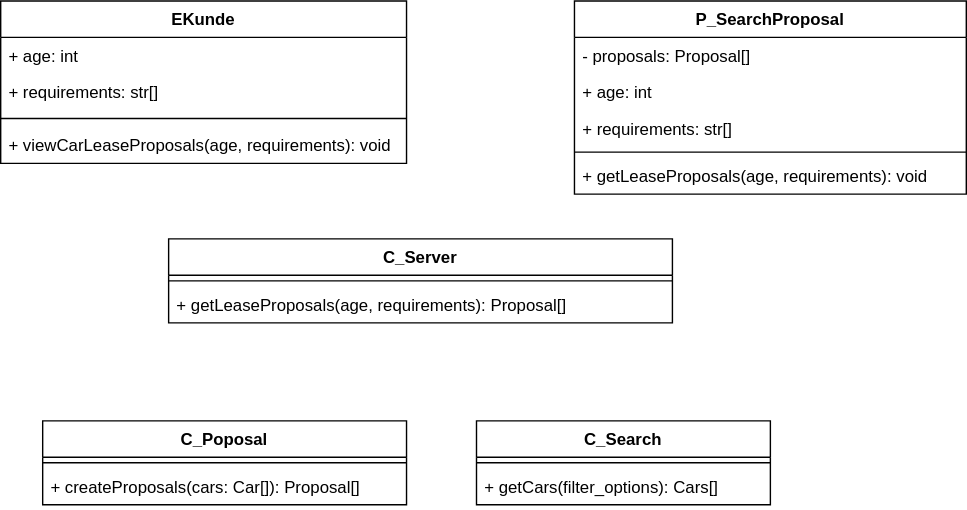
Before: sw-eng-06.drawio.svg, a diagram exported from draw.io (MassimiIiano/software-eng-projects-uni). Source tidied: cells renumbered, new cells last; positions are measured from the earlier drawing's top-left corner, leaving out a move shared by most shapes.
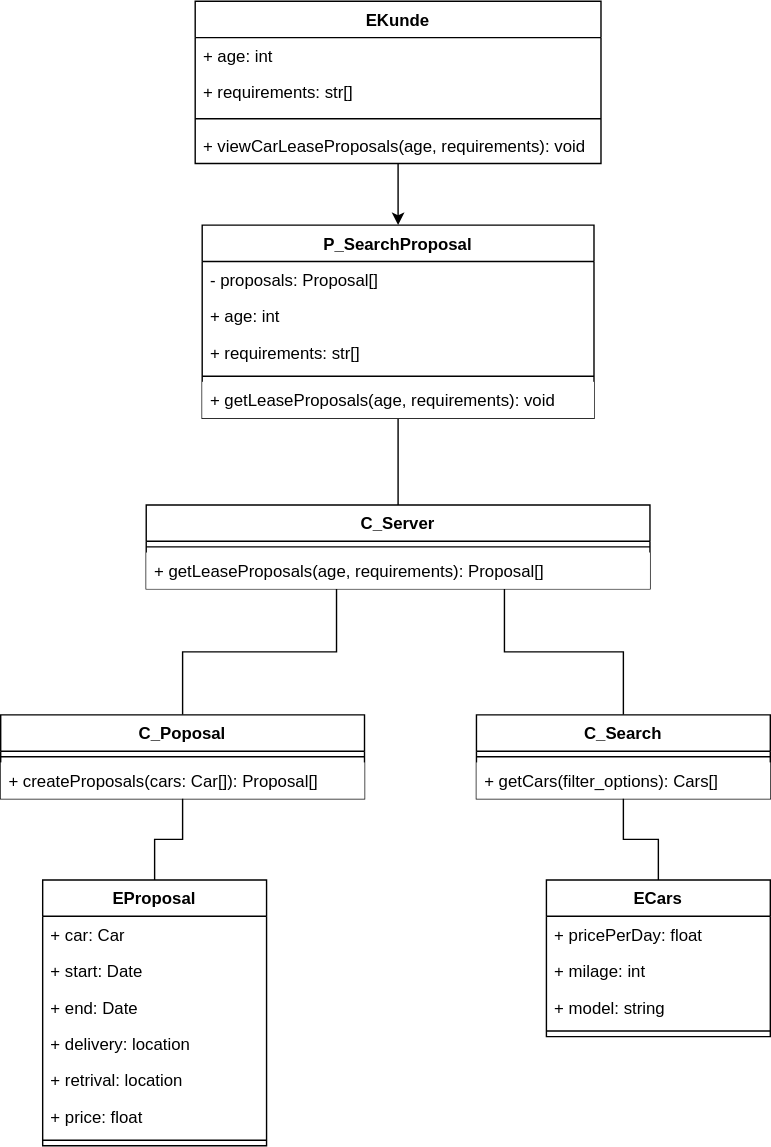
The same file after the commit.

The edit, as a diff of the source:
```diff
@@ -2,8 +2,11 @@
   <root>
     <mxCell id="0" />
     <mxCell id="1" parent="0" />
+    <mxCell id="22" style="edgeStyle=orthogonalEdgeStyle;rounded=0;jettySize=auto;html=1;" parent="1" edge="1" source="2" target="7">
+      <mxGeometry relative="1" as="geometry" />
+    </mxCell>
     <mxCell id="2" value="EKunde" style="swimlane;fontStyle=1;align=center;verticalAlign=top;horizontal=1;startSize=26;whiteSpace=wrap;html=1;" parent="1" vertex="1">
-      <mxGeometry width="290" height="116" as="geometry" />
+      <mxGeometry x="179" y="-100" width="290" height="116" as="geometry" />
     </mxCell>
     <mxCell id="3" value="&lt;div&gt;+ age: int&lt;/div&gt;" style="text;strokeColor=none;fillColor=none;align=left;verticalAlign=top;spacingLeft=4;spacingRight=4;overflow=hidden;whiteSpace=wrap;html=1;" parent="2" vertex="1">
       <mxGeometry y="26" width="290" height="26" as="geometry" />
@@ -17,8 +20,11 @@
     <mxCell id="6" value="+ viewCarLeaseProposals(age, requirements): void" style="text;strokeColor=none;fillColor=none;align=left;verticalAlign=top;spacingLeft=4;spacingRight=4;overflow=hidden;whiteSpace=wrap;html=1;" parent="2" vertex="1">
       <mxGeometry y="90" width="290" height="26" as="geometry" />
     </mxCell>
+    <mxCell id="23" style="edgeStyle=orthogonalEdgeStyle;rounded=0;jettySize=auto;html=1;endArrow=none;endFill=0;" parent="1" edge="1" source="7" target="13">
+      <mxGeometry relative="1" as="geometry" />
+    </mxCell>
     <mxCell id="7" value="P_SearchProposal" style="swimlane;fontStyle=1;align=center;verticalAlign=top;horizontal=1;startSize=26;whiteSpace=wrap;html=1;" parent="1" vertex="1">
-      <mxGeometry x="410" width="280" height="138" as="geometry" />
+      <mxGeometry x="184" y="60" width="280" height="138" as="geometry" />
     </mxCell>
     <mxCell id="8" value="- proposals: Proposal[]" style="text;strokeColor=none;fillColor=none;align=left;verticalAlign=top;spacingLeft=4;spacingRight=4;overflow=hidden;whiteSpace=wrap;html=1;" parent="7" vertex="1">
       <mxGeometry y="26" width="280" height="26" as="geometry" />
@@ -32,35 +38,96 @@
     <mxCell id="11" style="line;strokeWidth=1;fillColor=none;align=left;verticalAlign=middle;spacingTop=-1;spacingLeft=3;spacingRight=3;labelPosition=right;strokeColor=inherit;" parent="7" vertex="1">
       <mxGeometry y="104" width="280" height="8" as="geometry" />
     </mxCell>
-    <mxCell id="12" value="+ getLeaseProposals(age, requirements): void" style="text;strokeColor=none;fillColor=none;align=left;verticalAlign=top;spacingLeft=4;spacingRight=4;overflow=hidden;whiteSpace=wrap;html=1;" parent="7" vertex="1">
+    <mxCell id="12" value="+ getLeaseProposals(age, requirements): void" style="text;strokeColor=none;fillColor=default;align=left;verticalAlign=top;spacingLeft=4;spacingRight=4;overflow=hidden;whiteSpace=wrap;html=1;" parent="7" vertex="1">
       <mxGeometry y="112" width="280" height="26" as="geometry" />
     </mxCell>
+    <mxCell id="24" style="edgeStyle=orthogonalEdgeStyle;rounded=0;jettySize=auto;html=1;endArrow=none;endFill=0;" parent="1" edge="1" source="13" target="19">
+      <mxGeometry relative="1" as="geometry">
+        <Array as="points">
+          <mxPoint x="400" y="365" />
+          <mxPoint x="485" y="365" />
+        </Array>
+      </mxGeometry>
+    </mxCell>
+    <mxCell id="25" style="edgeStyle=orthogonalEdgeStyle;rounded=0;jettySize=auto;html=1;entryX=0.5;entryY=0;entryDx=0;entryDy=0;endArrow=none;endFill=0;" parent="1" edge="1" source="13" target="16">
+      <mxGeometry relative="1" as="geometry">
+        <Array as="points">
+          <mxPoint x="280" y="365" />
+          <mxPoint x="170" y="365" />
+        </Array>
+      </mxGeometry>
+    </mxCell>
-    <mxCell id="13" value="C_Server" style="swimlane;fontStyle=1;align=center;verticalAlign=top;horizontal=1;startSize=26;whiteSpace=wrap;html=1;" parent="1" vertex="1">
-      <mxGeometry x="120" y="170" width="360" height="60" as="geometry" />
+    <mxCell id="13" value="C_Server" style="swimlane;fontStyle=1;align=center;verticalAlign=top;horizontal=1;startSize=26;whiteSpace=wrap;html=1;fillColor=default;" parent="1" vertex="1">
+      <mxGeometry x="144" y="260" width="360" height="60" as="geometry" />
     </mxCell>
-    <mxCell id="14" style="line;strokeWidth=1;fillColor=none;align=left;verticalAlign=middle;spacingTop=-1;spacingLeft=3;spacingRight=3;labelPosition=right;strokeColor=inherit;" parent="13" vertex="1">
+    <mxCell id="14" style="line;strokeWidth=1;fillColor=default;align=left;verticalAlign=middle;spacingTop=-1;spacingLeft=3;spacingRight=3;labelPosition=right;strokeColor=inherit;" parent="13" vertex="1">
       <mxGeometry y="26" width="360" height="8" as="geometry" />
     </mxCell>
-    <mxCell id="15" value="+ getLeaseProposals(age, requirements): Proposal[]" style="text;strokeColor=none;fillColor=none;align=left;verticalAlign=top;spacingLeft=4;spacingRight=4;overflow=hidden;whiteSpace=wrap;html=1;" parent="13" vertex="1">
+    <mxCell id="15" value="+ getLeaseProposals(age, requirements): Proposal[]" style="text;strokeColor=none;fillColor=default;align=left;verticalAlign=top;spacingLeft=4;spacingRight=4;overflow=hidden;whiteSpace=wrap;html=1;" parent="13" vertex="1">
       <mxGeometry y="34" width="360" height="26" as="geometry" />
     </mxCell>
-    <mxCell id="16" value="C_Poposal" style="swimlane;fontStyle=1;align=center;verticalAlign=top;horizontal=1;startSize=26;whiteSpace=wrap;html=1;" parent="1" vertex="1">
-      <mxGeometry x="30" y="300" width="260" height="60" as="geometry" />
+    <mxCell id="16" value="C_Poposal" style="swimlane;fontStyle=1;align=center;verticalAlign=top;horizontal=1;startSize=26;whiteSpace=wrap;html=1;fillColor=default;" parent="1" vertex="1">
+      <mxGeometry x="40" y="410" width="260" height="60" as="geometry" />
     </mxCell>
-    <mxCell id="17" style="line;strokeWidth=1;fillColor=none;align=left;verticalAlign=middle;spacingTop=-1;spacingLeft=3;spacingRight=3;labelPosition=right;strokeColor=inherit;" parent="16" vertex="1">
+    <mxCell id="17" style="line;strokeWidth=1;fillColor=default;align=left;verticalAlign=middle;spacingTop=-1;spacingLeft=3;spacingRight=3;labelPosition=right;strokeColor=inherit;" parent="16" vertex="1">
       <mxGeometry y="26" width="260" height="8" as="geometry" />
     </mxCell>
-    <mxCell id="18" value="+ createProposals(cars: Car[]): Proposal[]" style="text;strokeColor=none;fillColor=none;align=left;verticalAlign=top;spacingLeft=4;spacingRight=4;overflow=hidden;whiteSpace=wrap;html=1;" parent="16" vertex="1">
+    <mxCell id="18" value="+ createProposals(cars: Car[]): Proposal[]" style="text;strokeColor=none;fillColor=default;align=left;verticalAlign=top;spacingLeft=4;spacingRight=4;overflow=hidden;whiteSpace=wrap;html=1;" parent="16" vertex="1">
       <mxGeometry y="34" width="260" height="26" as="geometry" />
     </mxCell>
-    <mxCell id="19" value="C_Search" style="swimlane;fontStyle=1;align=center;verticalAlign=top;horizontal=1;startSize=26;whiteSpace=wrap;html=1;" parent="1" vertex="1">
-      <mxGeometry x="340" y="300" width="210" height="60" as="geometry" />
+    <mxCell id="19" value="C_Search" style="swimlane;fontStyle=1;align=center;verticalAlign=top;horizontal=1;startSize=26;whiteSpace=wrap;html=1;fillColor=default;" parent="1" vertex="1">
+      <mxGeometry x="380" y="410" width="210" height="60" as="geometry" />
     </mxCell>
-    <mxCell id="20" style="line;strokeWidth=1;fillColor=none;align=left;verticalAlign=middle;spacingTop=-1;spacingLeft=3;spacingRight=3;labelPosition=right;strokeColor=inherit;" parent="19" vertex="1">
+    <mxCell id="20" style="line;strokeWidth=1;fillColor=default;align=left;verticalAlign=middle;spacingTop=-1;spacingLeft=3;spacingRight=3;labelPosition=right;strokeColor=inherit;" parent="19" vertex="1">
       <mxGeometry y="26" width="210" height="8" as="geometry" />
     </mxCell>
-    <mxCell id="21" value="+ getCars(filter_options): Cars[]" style="text;strokeColor=none;fillColor=none;align=left;verticalAlign=top;spacingLeft=4;spacingRight=4;overflow=hidden;whiteSpace=wrap;html=1;" parent="19" vertex="1">
+    <mxCell id="21" value="+ getCars(filter_options): Cars[]" style="text;strokeColor=none;fillColor=default;align=left;verticalAlign=top;spacingLeft=4;spacingRight=4;overflow=hidden;whiteSpace=wrap;html=1;" parent="19" vertex="1">
       <mxGeometry y="34" width="210" height="26" as="geometry" />
     </mxCell>
+    <mxCell id="26" style="edgeStyle=orthogonalEdgeStyle;shape=connector;rounded=0;jettySize=auto;html=1;strokeColor=default;align=center;verticalAlign=middle;fontFamily=Helvetica;fontSize=11;fontColor=default;labelBackgroundColor=default;endArrow=none;endFill=0;" parent="1" edge="1" source="27" target="19">
+      <mxGeometry relative="1" as="geometry" />
+    </mxCell>
+    <mxCell id="27" value="ECars" style="swimlane;fontStyle=1;align=center;verticalAlign=top;horizontal=1;startSize=26;whiteSpace=wrap;html=1;" parent="1" vertex="1">
+      <mxGeometry x="430" y="528" width="160" height="112" as="geometry" />
+    </mxCell>
+    <mxCell id="28" value="+ pricePerDay: float" style="text;strokeColor=none;fillColor=none;align=left;verticalAlign=top;spacingLeft=4;spacingRight=4;overflow=hidden;whiteSpace=wrap;html=1;" parent="27" vertex="1">
+      <mxGeometry y="26" width="160" height="26" as="geometry" />
+    </mxCell>
+    <mxCell id="29" value="+ milage: int" style="text;strokeColor=none;fillColor=none;align=left;verticalAlign=top;spacingLeft=4;spacingRight=4;overflow=hidden;whiteSpace=wrap;html=1;" parent="27" vertex="1">
+      <mxGeometry y="52" width="160" height="26" as="geometry" />
+    </mxCell>
+    <mxCell id="30" value="+ model: string" style="text;strokeColor=none;fillColor=none;align=left;verticalAlign=top;spacingLeft=4;spacingRight=4;overflow=hidden;whiteSpace=wrap;html=1;" parent="27" vertex="1">
+      <mxGeometry y="78" width="160" height="26" as="geometry" />
+    </mxCell>
+    <mxCell id="31" style="line;strokeWidth=1;fillColor=none;align=left;verticalAlign=middle;spacingTop=-1;spacingLeft=3;spacingRight=3;labelPosition=right;strokeColor=inherit;" parent="27" vertex="1">
+      <mxGeometry y="104" width="160" height="8" as="geometry" />
+    </mxCell>
+    <mxCell id="32" style="edgeStyle=orthogonalEdgeStyle;shape=connector;rounded=0;jettySize=auto;html=1;strokeColor=default;align=center;verticalAlign=middle;fontFamily=Helvetica;fontSize=11;fontColor=default;labelBackgroundColor=default;endArrow=none;endFill=0;" parent="1" edge="1" source="33" target="16">
+      <mxGeometry relative="1" as="geometry" />
+    </mxCell>
+    <mxCell id="33" value="EProposal" style="swimlane;fontStyle=1;align=center;verticalAlign=top;horizontal=1;startSize=26;whiteSpace=wrap;html=1;" parent="1" vertex="1">
+      <mxGeometry x="70" y="528" width="160" height="190" as="geometry" />
+    </mxCell>
+    <mxCell id="34" value="+ car: Car" style="text;strokeColor=none;fillColor=none;align=left;verticalAlign=top;spacingLeft=4;spacingRight=4;overflow=hidden;whiteSpace=wrap;html=1;" parent="33" vertex="1">
+      <mxGeometry y="26" width="160" height="26" as="geometry" />
+    </mxCell>
+    <mxCell id="35" value="+ start: Date" style="text;strokeColor=none;fillColor=none;align=left;verticalAlign=top;spacingLeft=4;spacingRight=4;overflow=hidden;whiteSpace=wrap;html=1;" parent="33" vertex="1">
+      <mxGeometry y="52" width="160" height="26" as="geometry" />
+    </mxCell>
+    <mxCell id="36" value="+ end: Date" style="text;strokeColor=none;fillColor=none;align=left;verticalAlign=top;spacingLeft=4;spacingRight=4;overflow=hidden;whiteSpace=wrap;html=1;" parent="33" vertex="1">
+      <mxGeometry y="78" width="160" height="26" as="geometry" />
+    </mxCell>
+    <mxCell id="37" value="+ delivery: location" style="text;strokeColor=none;fillColor=none;align=left;verticalAlign=top;spacingLeft=4;spacingRight=4;overflow=hidden;whiteSpace=wrap;html=1;" parent="33" vertex="1">
+      <mxGeometry y="104" width="160" height="26" as="geometry" />
+    </mxCell>
+    <mxCell id="38" value="+ retrival: location" style="text;strokeColor=none;fillColor=none;align=left;verticalAlign=top;spacingLeft=4;spacingRight=4;overflow=hidden;whiteSpace=wrap;html=1;" parent="33" vertex="1">
+      <mxGeometry y="130" width="160" height="26" as="geometry" />
+    </mxCell>
+    <mxCell id="39" value="+ price: float" style="text;strokeColor=none;fillColor=none;align=left;verticalAlign=top;spacingLeft=4;spacingRight=4;overflow=hidden;whiteSpace=wrap;html=1;" parent="33" vertex="1">
+      <mxGeometry y="156" width="160" height="26" as="geometry" />
+    </mxCell>
+    <mxCell id="40" style="line;strokeWidth=1;fillColor=none;align=left;verticalAlign=middle;spacingTop=-1;spacingLeft=3;spacingRight=3;labelPosition=right;strokeColor=inherit;" parent="33" vertex="1">
+      <mxGeometry y="182" width="160" height="8" as="geometry" />
+    </mxCell>
   </root>
 </mxGraphModel>
```
